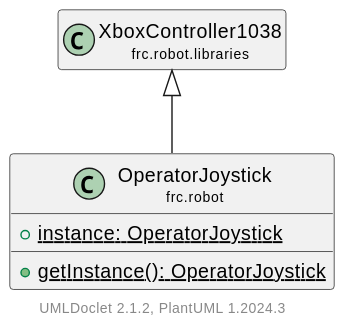
Earlier version of the PlantUML export docs/uml/frc/robot/OperatorJoystick.svg (LakotaRobotics1038/2026RobotProject). Source of this version:
```plantuml
@startuml
    set namespaceSeparator none
    hide empty fields
    hide empty methods

    class "<size:14>OperatorJoystick\n<size:10>frc.robot" as frc.robot.OperatorJoystick [[OperatorJoystick.html]] {
        {static} +instance: OperatorJoystick
        {static} +getInstance(): OperatorJoystick
    }

    class "<size:14>XboxController1038\n<size:10>frc.robot.libraries" as frc.robot.libraries.XboxController1038 [[libraries/XboxController1038.html]]

    frc.robot.libraries.XboxController1038 <|-- frc.robot.OperatorJoystick
    center footer UMLDoclet 2.1.2, PlantUML %version()
@enduml
```
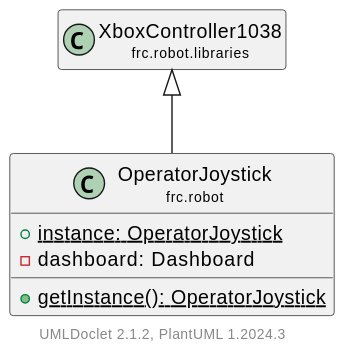
After the change.

Change to the diagram source:
```diff
@@ -5,6 +5,7 @@
 
     class "<size:14>OperatorJoystick\n<size:10>frc.robot" as frc.robot.OperatorJoystick [[OperatorJoystick.html]] {
         {static} +instance: OperatorJoystick
+        -dashboard: Dashboard
         {static} +getInstance(): OperatorJoystick
     }
 
```
